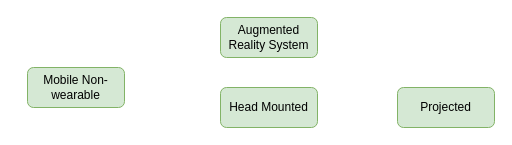
This is device type.drawio from kitylam9/Survey-on-Intelligent-user-interface-for-AugmentedReality, a draw.io file, before an edit. Source tidied: cells renumbered, new cells numbered last; positions are measured from the earlier drawing's top-left corner, leaving out a move shared by most shapes. Both pictures are drawn from the tidied source at 100%, with x=0, y=0 at pixel (27, 17).
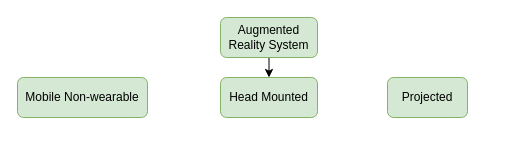
The same diagram, later.

Diff of the diagram source:
```diff
@@
 <mxGraphModel>
   <root>
     <mxCell id="0" />
     <mxCell id="1" parent="0" />
+    <mxCell id="6" style="edgeStyle=orthogonalEdgeStyle;rounded=0;jettySize=auto;html=1;exitX=0.5;exitY=1;exitDx=0;exitDy=0;entryX=0.5;entryY=0;entryDx=0;entryDy=0;" parent="1" edge="1" source="2" target="3">
+      <mxGeometry relative="1" as="geometry" />
+    </mxCell>
     <mxCell id="2" value="Augmented Reality System" style="rounded=1;whiteSpace=wrap;html=1;fillColor=#d5e8d4;strokeColor=#82b366;" parent="1" vertex="1">
       <mxGeometry x="193" width="97" height="40" as="geometry" />
     </mxCell>
     <mxCell id="3" value="Head Mounted" style="rounded=1;whiteSpace=wrap;html=1;fillColor=#d5e8d4;strokeColor=#82b366;" parent="1" vertex="1">
-      <mxGeometry x="193" y="70" width="97" height="40" as="geometry" />
+      <mxGeometry x="193" y="60" width="97" height="40" as="geometry" />
     </mxCell>
     <mxCell id="4" value="Mobile Non-wearable" style="rounded=1;whiteSpace=wrap;html=1;fillColor=#d5e8d4;strokeColor=#82b366;" parent="1" vertex="1">
-      <mxGeometry y="50" width="97" height="40" as="geometry" />
+      <mxGeometry x="-10" y="60" width="130" height="40" as="geometry" />
     </mxCell>
     <mxCell id="5" value="Projected" style="rounded=1;whiteSpace=wrap;html=1;fillColor=#d5e8d4;strokeColor=#82b366;" parent="1" vertex="1">
-      <mxGeometry x="370" y="70" width="97" height="40" as="geometry" />
+      <mxGeometry x="360" y="60" width="80" height="40" as="geometry" />
     </mxCell>
   </root>
 </mxGraphModel>
```
